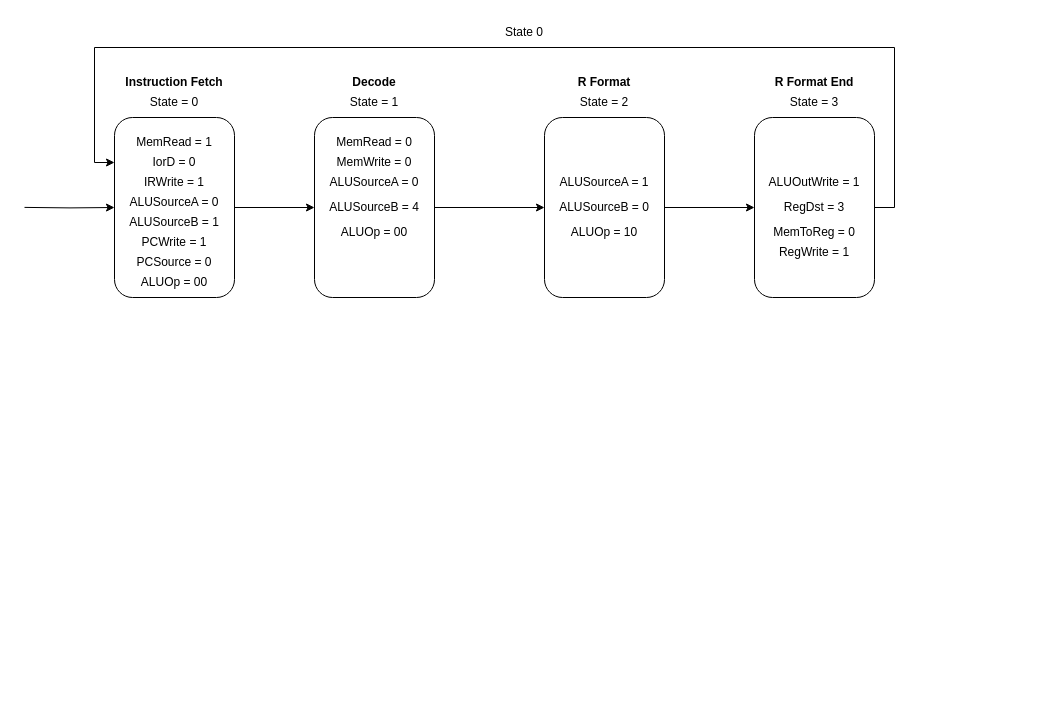
Above: Projeto/Unidade de Controle/Unidade de Controle - FSM.drawio in phdfreitas/infrahw-2021-2 (draw.io), before the change. Source tidied: cells renumbered, new cells numbered last; positions are measured from the earlier drawing's top-left corner, leaving out a move shared by most shapes. Both pictures are drawn from the tidied source at 100%, with x=0, y=0 at pixel (24, 17).
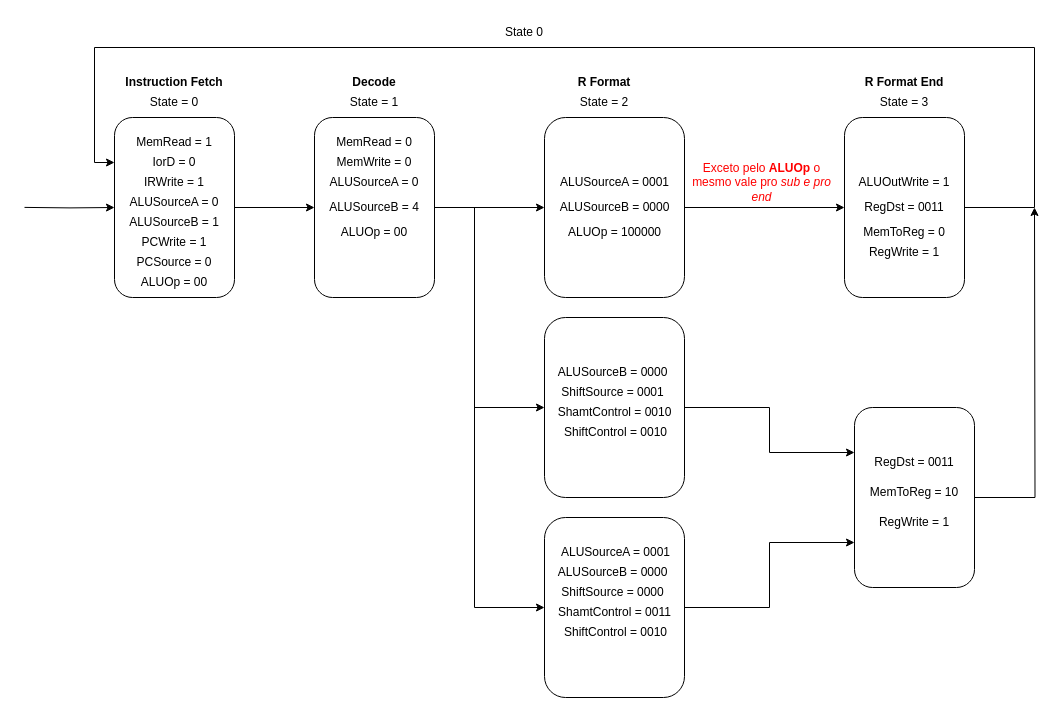
After the change.

Commit message (it also covers changes not shown here):
sll and sllv

The change refers to these unchanged cells:
```xml
<mxCell id="6" style="rounded=1;whiteSpace=wrap;html=1;" parent="5" vertex="1">
  <mxGeometry width="120" height="180" as="geometry" />
</mxCell>
<mxCell id="16" style="rounded=1;whiteSpace=wrap;html=1;" parent="15" vertex="1">
  <mxGeometry width="120" height="180" as="geometry" />
</mxCell>
<mxCell id="34" style="rounded=1;whiteSpace=wrap;html=1;" parent="33" vertex="1">
  <mxGeometry width="120" height="180" as="geometry" />
</mxCell>
```

What changed in the source:
```diff
@@
     <mxCell id="25" style="group;" parent="1" vertex="1">
-      <mxGeometry x="520" y="100" width="120" height="180" as="geometry" />
+      <mxGeometry x="520" y="100" width="140" height="180" as="geometry" />
     </mxCell>
     <mxCell id="26" style="rounded=1;whiteSpace=wrap;html=1;" parent="25" vertex="1">
-      <mxGeometry width="120" height="180" as="geometry" />
+      <mxGeometry width="140" height="180" as="geometry" />
     </mxCell>
-    <mxCell id="27" value="ALUSourceA = 1" style="text;html=1;strokeColor=none;fillColor=none;align=center;verticalAlign=middle;whiteSpace=wrap;rounded=0;" parent="25" vertex="1">
-      <mxGeometry x="10" y="50" width="100" height="30" as="geometry" />
+    <mxCell id="27" value="ALUSourceA = 0001" style="text;html=1;strokeColor=none;fillColor=none;align=center;verticalAlign=middle;whiteSpace=wrap;rounded=0;" parent="25" vertex="1">
+      <mxGeometry x="11.7" y="50" width="116.7" height="30" as="geometry" />
     </mxCell>
-    <mxCell id="28" value="ALUSourceB = 0" style="text;html=1;strokeColor=none;fillColor=none;align=center;verticalAlign=middle;whiteSpace=wrap;rounded=0;" parent="25" vertex="1">
-      <mxGeometry x="10" y="75" width="100" height="30" as="geometry" />
+    <mxCell id="28" value="ALUSourceB = 0000" style="text;html=1;strokeColor=none;fillColor=none;align=center;verticalAlign=middle;whiteSpace=wrap;rounded=0;" parent="25" vertex="1">
+      <mxGeometry x="11.7" y="75" width="116.7" height="30" as="geometry" />
     </mxCell>
-    <mxCell id="29" value="ALUOp = 10" style="text;html=1;strokeColor=none;fillColor=none;align=center;verticalAlign=middle;whiteSpace=wrap;rounded=0;" parent="25" vertex="1">
-      <mxGeometry x="10" y="100" width="100" height="30" as="geometry" />
+    <mxCell id="29" value="ALUOp = 100000" style="text;html=1;strokeColor=none;fillColor=none;align=center;verticalAlign=middle;whiteSpace=wrap;rounded=0;" parent="25" vertex="1">
+      <mxGeometry x="11.7" y="100" width="116.7" height="30" as="geometry" />
     </mxCell>
@@
     <mxCell id="33" style="group;" parent="1" vertex="1">
-      <mxGeometry x="730" y="100" width="120" height="180" as="geometry" />
+      <mxGeometry x="820" y="100" width="120" height="180" as="geometry" />
     </mxCell>
@@
-    <mxCell id="36" value="RegDst = 3" style="text;html=1;strokeColor=none;fillColor=none;align=center;verticalAlign=middle;whiteSpace=wrap;rounded=0;" parent="33" vertex="1">
+    <mxCell id="36" value="RegDst = 0011" style="text;html=1;strokeColor=none;fillColor=none;align=center;verticalAlign=middle;whiteSpace=wrap;rounded=0;" parent="33" vertex="1">
       <mxGeometry x="10" y="75" width="100" height="30" as="geometry" />
     </mxCell>
@@
     <mxCell id="39" value="&lt;b&gt;R Format End&lt;/b&gt;" style="text;html=1;strokeColor=none;fillColor=none;align=center;verticalAlign=middle;whiteSpace=wrap;rounded=0;" parent="1" vertex="1">
-      <mxGeometry x="735" y="50" width="110" height="30" as="geometry" />
+      <mxGeometry x="825" y="50" width="110" height="30" as="geometry" />
     </mxCell>
     <mxCell id="40" value="State = 3" style="text;html=1;strokeColor=none;fillColor=none;align=center;verticalAlign=middle;whiteSpace=wrap;rounded=0;" parent="1" vertex="1">
-      <mxGeometry x="760" y="70" width="60" height="30" as="geometry" />
+      <mxGeometry x="850" y="70" width="60" height="30" as="geometry" />
     </mxCell>
@@
     <mxCell id="42" style="edgeStyle=orthogonalEdgeStyle;rounded=0;jettySize=auto;html=1;exitX=1;exitY=0.5;exitDx=0;exitDy=0;entryX=0;entryY=0.25;entryDx=0;entryDy=0;" parent="1" edge="1" source="34" target="6">
       <mxGeometry relative="1" as="geometry">
         <Array as="points">
-          <mxPoint x="870" y="190" />
-          <mxPoint x="870" y="30" />
+          <mxPoint x="1010" y="190" />
+          <mxPoint x="1010" y="30" />
           <mxPoint x="70" y="30" />
           <mxPoint x="70" y="145" />
         </Array>
       </mxGeometry>
     </mxCell>
@@
+    <mxCell id="44" style="group;" parent="1" vertex="1">
+      <mxGeometry x="520" y="300" width="140" height="180" as="geometry" />
+    </mxCell>
+    <mxCell id="45" style="rounded=1;whiteSpace=wrap;html=1;" parent="44" vertex="1">
+      <mxGeometry width="140" height="180" as="geometry" />
+    </mxCell>
+    <mxCell id="46" value="ALUSourceB = 0000" style="text;html=1;strokeColor=none;fillColor=none;align=center;verticalAlign=middle;whiteSpace=wrap;rounded=0;" parent="44" vertex="1">
+      <mxGeometry x="10" y="40" width="116.7" height="30" as="geometry" />
+    </mxCell>
+    <mxCell id="47" value="ShiftSource = 0001" style="text;html=1;strokeColor=none;fillColor=none;align=center;verticalAlign=middle;whiteSpace=wrap;rounded=0;" parent="44" vertex="1">
+      <mxGeometry x="10" y="60" width="116.7" height="30" as="geometry" />
+    </mxCell>
+    <mxCell id="48" value="ShamtControl = 0010" style="text;html=1;strokeColor=none;fillColor=none;align=center;verticalAlign=middle;whiteSpace=wrap;rounded=0;" parent="44" vertex="1">
+      <mxGeometry x="11.7" y="80" width="116.7" height="30" as="geometry" />
+    </mxCell>
+    <mxCell id="49" value="ShiftControl = 0010" style="text;html=1;strokeColor=none;fillColor=none;align=center;verticalAlign=middle;whiteSpace=wrap;rounded=0;" parent="44" vertex="1">
+      <mxGeometry x="13" y="100" width="116.7" height="30" as="geometry" />
+    </mxCell>
+    <mxCell id="50" style="edgeStyle=orthogonalEdgeStyle;rounded=0;jettySize=auto;html=1;exitX=1;exitY=0.5;exitDx=0;exitDy=0;fontColor=#FF0000;entryX=0;entryY=0.5;entryDx=0;entryDy=0;" parent="1" edge="1" source="16" target="45">
+      <mxGeometry relative="1" as="geometry">
+        <Array as="points">
+          <mxPoint x="450" y="190" />
+          <mxPoint x="450" y="390" />
+        </Array>
+      </mxGeometry>
+    </mxCell>
+    <mxCell id="51" value="&lt;font color=&quot;#ff0000&quot;&gt;Exceto pelo &lt;b&gt;ALUOp &lt;/b&gt;o mesmo vale pro &lt;i&gt;sub e pro end&lt;/i&gt;&lt;/font&gt;" style="text;html=1;strokeColor=none;fillColor=none;align=center;verticalAlign=middle;whiteSpace=wrap;rounded=0;" parent="1" vertex="1">
+      <mxGeometry x="660" y="150" width="155" height="30" as="geometry" />
+    </mxCell>
+    <mxCell id="52" style="group;" parent="1" vertex="1">
+      <mxGeometry x="520" y="500" width="140" height="180" as="geometry" />
+    </mxCell>
+    <mxCell id="53" style="rounded=1;whiteSpace=wrap;html=1;" parent="52" vertex="1">
+      <mxGeometry width="140" height="180" as="geometry" />
+    </mxCell>
+    <mxCell id="54" value="ALUSourceB = 0000" style="text;html=1;strokeColor=none;fillColor=none;align=center;verticalAlign=middle;whiteSpace=wrap;rounded=0;" parent="52" vertex="1">
+      <mxGeometry x="10" y="40" width="116.7" height="30" as="geometry" />
+    </mxCell>
+    <mxCell id="55" value="ShiftSource = 0000" style="text;html=1;strokeColor=none;fillColor=none;align=center;verticalAlign=middle;whiteSpace=wrap;rounded=0;" parent="52" vertex="1">
+      <mxGeometry x="10" y="60" width="116.7" height="30" as="geometry" />
+    </mxCell>
+    <mxCell id="56" value="ShamtControl = 0011" style="text;html=1;strokeColor=none;fillColor=none;align=center;verticalAlign=middle;whiteSpace=wrap;rounded=0;" parent="52" vertex="1">
+      <mxGeometry x="11.7" y="80" width="116.7" height="30" as="geometry" />
+    </mxCell>
+    <mxCell id="57" value="ShiftControl = 0010" style="text;html=1;strokeColor=none;fillColor=none;align=center;verticalAlign=middle;whiteSpace=wrap;rounded=0;" parent="52" vertex="1">
+      <mxGeometry x="13" y="100" width="116.7" height="30" as="geometry" />
+    </mxCell>
+    <mxCell id="58" value="ALUSourceA = 0001" style="text;html=1;strokeColor=none;fillColor=none;align=center;verticalAlign=middle;whiteSpace=wrap;rounded=0;" parent="52" vertex="1">
+      <mxGeometry x="13" y="20" width="116.7" height="30" as="geometry" />
+    </mxCell>
+    <mxCell id="59" style="edgeStyle=orthogonalEdgeStyle;rounded=0;jettySize=auto;html=1;exitX=1;exitY=0.5;exitDx=0;exitDy=0;entryX=0;entryY=0.5;entryDx=0;entryDy=0;fontColor=#FF0000;" parent="1" edge="1" source="16" target="53">
+      <mxGeometry relative="1" as="geometry">
+        <Array as="points">
+          <mxPoint x="450" y="190" />
+          <mxPoint x="450" y="590" />
+        </Array>
+      </mxGeometry>
+    </mxCell>
+    <mxCell id="60" style="group;" parent="1" vertex="1">
+      <mxGeometry x="830" y="390" width="120" height="180" as="geometry" />
+    </mxCell>
+    <mxCell id="61" style="rounded=1;whiteSpace=wrap;html=1;" parent="60" vertex="1">
+      <mxGeometry width="120" height="180" as="geometry" />
+    </mxCell>
+    <mxCell id="62" value="RegDst = 0011" style="text;html=1;strokeColor=none;fillColor=none;align=center;verticalAlign=middle;whiteSpace=wrap;rounded=0;" parent="60" vertex="1">
+      <mxGeometry x="10" y="40" width="100" height="30" as="geometry" />
+    </mxCell>
+    <mxCell id="63" value="MemToReg = 10" style="text;html=1;strokeColor=none;fillColor=none;align=center;verticalAlign=middle;whiteSpace=wrap;rounded=0;" parent="60" vertex="1">
+      <mxGeometry x="10" y="70" width="100" height="30" as="geometry" />
+    </mxCell>
+    <mxCell id="64" value="RegWrite = 1" style="text;html=1;strokeColor=none;fillColor=none;align=center;verticalAlign=middle;whiteSpace=wrap;rounded=0;" parent="60" vertex="1">
+      <mxGeometry x="10" y="100" width="100" height="30" as="geometry" />
+    </mxCell>
+    <mxCell id="65" style="edgeStyle=orthogonalEdgeStyle;rounded=0;jettySize=auto;html=1;exitX=1;exitY=0.5;exitDx=0;exitDy=0;entryX=0;entryY=0.25;entryDx=0;entryDy=0;fontColor=#FF0000;" parent="1" edge="1" source="45" target="61">
+      <mxGeometry relative="1" as="geometry" />
+    </mxCell>
+    <mxCell id="66" style="edgeStyle=orthogonalEdgeStyle;rounded=0;jettySize=auto;html=1;exitX=1;exitY=0.5;exitDx=0;exitDy=0;entryX=0;entryY=0.75;entryDx=0;entryDy=0;fontColor=#FF0000;" parent="1" edge="1" source="53" target="61">
+      <mxGeometry relative="1" as="geometry" />
+    </mxCell>
+    <mxCell id="67" style="edgeStyle=orthogonalEdgeStyle;rounded=0;jettySize=auto;html=1;exitX=1;exitY=0.5;exitDx=0;exitDy=0;fontColor=#FF0000;" parent="1" edge="1" source="61">
+      <mxGeometry relative="1" as="geometry">
+        <mxPoint x="1010" y="190" as="targetPoint" />
+      </mxGeometry>
+    </mxCell>
```
